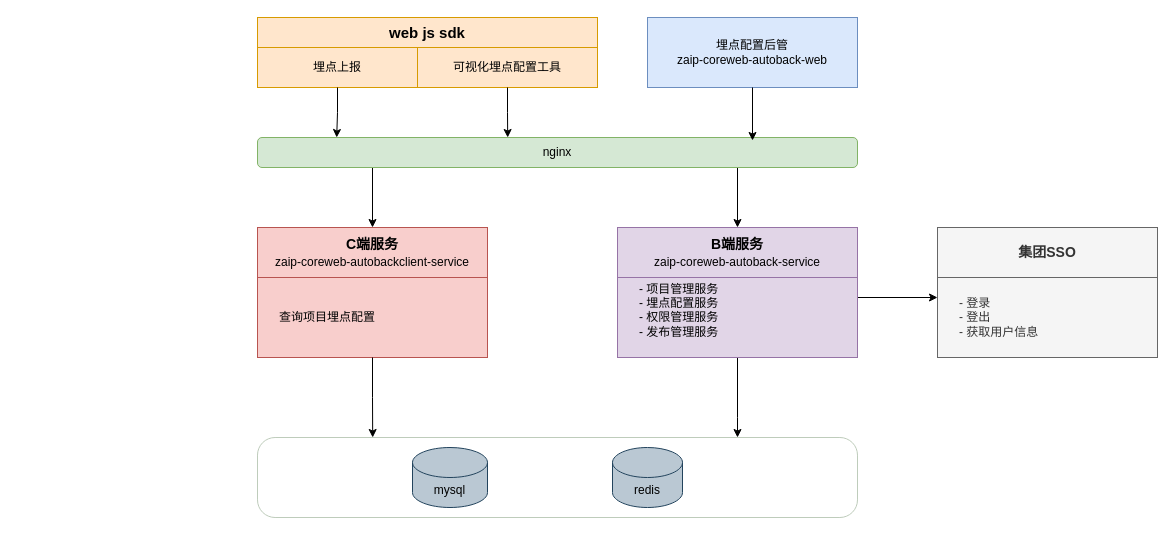
Before: 无代码埋点系统架构图.drawio in czxzc/iodraw-files, a draw.io diagram. Source tidied: cells renumbered, new cells numbered last; positions are measured from the earlier drawing's top-left corner, leaving out a move shared by most shapes. Both pictures are drawn from the tidied source at 100%, with x=0, y=0 at pixel (257, 17).
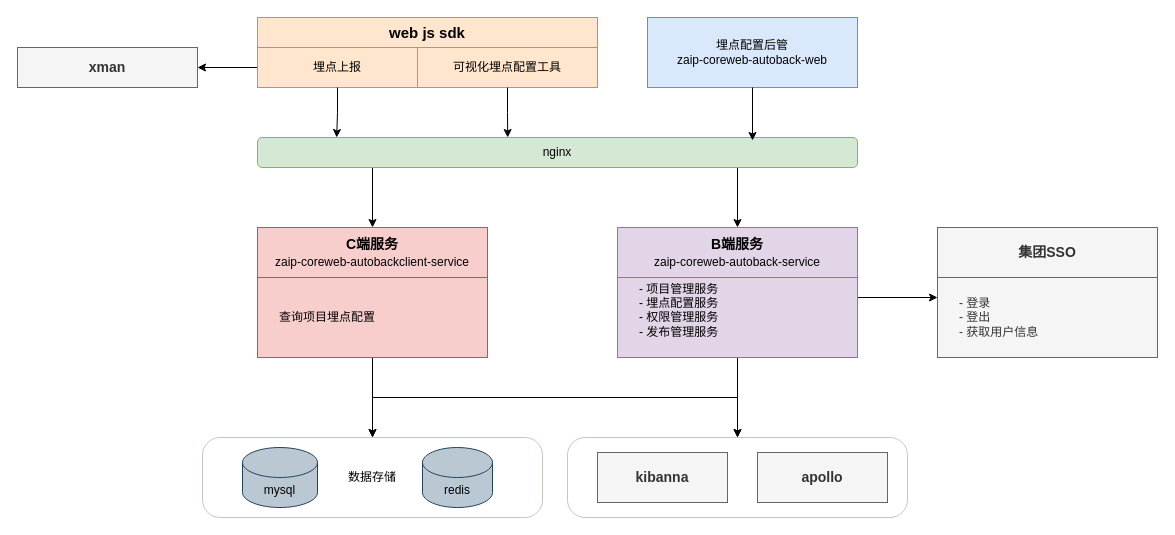
Above is the later version.

Commit message:
更新无代码埋点系统架构图.drawio

Unchanged cells that the change refers to:
```xml
<mxCell id="4" value="埋点上报" style="rounded=0;whiteSpace=wrap;html=1;fillColor=#ffe6cc;strokeColor=#d79b00;" parent="1" vertex="1">
  <mxGeometry y="30" width="160" height="40" as="geometry" />
</mxCell>
<mxCell id="8" value="查询项目埋点配置" style="rounded=0;whiteSpace=wrap;html=1;spacingLeft=20;fillColor=#f8cecc;strokeColor=#b85450;align=left;" parent="1" vertex="1">
  <mxGeometry y="260" width="230" height="80" as="geometry" />
</mxCell>
<mxCell id="11" value="- 项目管理服务&lt;br&gt;- 埋点配置服务&lt;br&gt;- 权限管理服务&lt;br&gt;- 发布管理服务&lt;div&gt;&lt;br&gt;&lt;/div&gt;" style="rounded=0;whiteSpace=wrap;html=1;align=left;spacingLeft=20;fillColor=#e1d5e7;strokeColor=#9673a6;" parent="1" vertex="1">
  <mxGeometry x="360" y="260" width="240" height="80" as="geometry" />
</mxCell>
```

What changed in the source:
```diff
@@
+    <mxCell id="24" style="edgeStyle=orthogonalEdgeStyle;rounded=0;jettySize=auto;html=1;exitX=0;exitY=0.5;exitDx=0;exitDy=0;entryX=1;entryY=0.5;entryDx=0;entryDy=0;" parent="1" edge="1" source="4" target="27">
+      <mxGeometry relative="1" as="geometry" />
+    </mxCell>
@@
+    <mxCell id="23" style="edgeStyle=orthogonalEdgeStyle;rounded=0;jettySize=auto;html=1;exitX=0.5;exitY=1;exitDx=0;exitDy=0;entryX=0.5;entryY=0;entryDx=0;entryDy=0;" parent="1" edge="1" source="8" target="22">
+      <mxGeometry relative="1" as="geometry" />
+    </mxCell>
+    <mxCell id="25" style="edgeStyle=orthogonalEdgeStyle;rounded=0;jettySize=auto;html=1;exitX=0.5;exitY=1;exitDx=0;exitDy=0;entryX=0.5;entryY=0;entryDx=0;entryDy=0;" parent="1" edge="1" source="8" target="30">
+      <mxGeometry relative="1" as="geometry" />
+    </mxCell>
@@
+    <mxCell id="26" style="edgeStyle=orthogonalEdgeStyle;rounded=0;jettySize=auto;html=1;exitX=0.5;exitY=1;exitDx=0;exitDy=0;" parent="1" edge="1" source="11" target="30">
+      <mxGeometry relative="1" as="geometry" />
+    </mxCell>
-    <mxCell id="10" style="edgeStyle=orthogonalEdgeStyle;rounded=0;jettySize=auto;html=1;" parent="1" edge="1" source="11" target="22">
-      <mxGeometry relative="1" as="geometry">
-        <Array as="points">
-          <mxPoint x="480" y="400" />
-          <mxPoint x="480" y="400" />
-        </Array>
-      </mxGeometry>
+    <mxCell id="10" style="edgeStyle=orthogonalEdgeStyle;rounded=0;jettySize=auto;html=1;exitX=0.5;exitY=1;exitDx=0;exitDy=0;entryX=0.5;entryY=0;entryDx=0;entryDy=0;" parent="1" edge="1" source="11" target="22">
+      <mxGeometry relative="1" as="geometry" />
     </mxCell>
@@
-    <mxCell id="20" value="mysql" style="shape=cylinder3;whiteSpace=wrap;html=1;boundedLbl=1;backgroundOutline=1;size=15;fillColor=#bac8d3;strokeColor=#23445d;" parent="1" vertex="1">
-      <mxGeometry x="155" y="430" width="75" height="60" as="geometry" />
-    </mxCell>
     <mxCell id="21" value="redis" style="shape=cylinder3;whiteSpace=wrap;html=1;boundedLbl=1;backgroundOutline=1;size=15;fillColor=#bac8d3;strokeColor=#23445d;" parent="1" vertex="1">
-      <mxGeometry x="355" y="430" width="70" height="60" as="geometry" />
+      <mxGeometry x="165" y="430" width="70" height="60" as="geometry" />
     </mxCell>
-    <mxCell id="22" style="rounded=1;whiteSpace=wrap;html=1;fillColor=none;arcSize=22;strokeColor=light-dark(#beccbb, #ededed);" parent="1" vertex="1">
-      <mxGeometry y="420" width="600" height="80" as="geometry" />
+    <mxCell id="22" value="数据存储" style="rounded=1;whiteSpace=wrap;html=1;fillColor=none;arcSize=22;strokeColor=light-dark(#beccbb, #ededed);" parent="1" vertex="1">
+      <mxGeometry x="-55" y="420" width="340" height="80" as="geometry" />
     </mxCell>
-    <mxCell id="23" style="edgeStyle=orthogonalEdgeStyle;rounded=0;jettySize=auto;html=1;exitX=0.5;exitY=1;exitDx=0;exitDy=0;entryX=0.192;entryY=0;entryDx=0;entryDy=0;entryPerimeter=0;" parent="1" edge="1" source="8" target="22">
-      <mxGeometry relative="1" as="geometry" />
-    </mxCell>
+    <mxCell id="20" value="mysql" style="shape=cylinder3;whiteSpace=wrap;html=1;boundedLbl=1;backgroundOutline=1;size=15;fillColor=#bac8d3;strokeColor=#23445d;" parent="1" vertex="1">
+      <mxGeometry x="-15" y="430" width="75" height="60" as="geometry" />
+    </mxCell>
+    <mxCell id="27" value="xman" style="rounded=0;whiteSpace=wrap;html=1;fontStyle=1;fontSize=14;fillColor=#f5f5f5;fontColor=#333333;strokeColor=#666666;" parent="1" vertex="1">
+      <mxGeometry x="-240" y="30" width="180" height="40" as="geometry" />
+    </mxCell>
+    <mxCell id="28" value="kibanna" style="rounded=0;whiteSpace=wrap;html=1;fontStyle=1;fontSize=14;fillColor=#f5f5f5;fontColor=#333333;strokeColor=#666666;" parent="1" vertex="1">
+      <mxGeometry x="340" y="435" width="130" height="50" as="geometry" />
+    </mxCell>
+    <mxCell id="29" value="apollo" style="rounded=0;whiteSpace=wrap;html=1;fontStyle=1;fontSize=14;fillColor=#f5f5f5;fontColor=#333333;strokeColor=#666666;" parent="1" vertex="1">
+      <mxGeometry x="500" y="435" width="130" height="50" as="geometry" />
+    </mxCell>
+    <mxCell id="30" style="rounded=1;whiteSpace=wrap;html=1;fillColor=none;arcSize=22;strokeColor=light-dark(#beccbb, #ededed);" parent="1" vertex="1">
+      <mxGeometry x="310" y="420" width="340" height="80" as="geometry" />
+    </mxCell>
```
